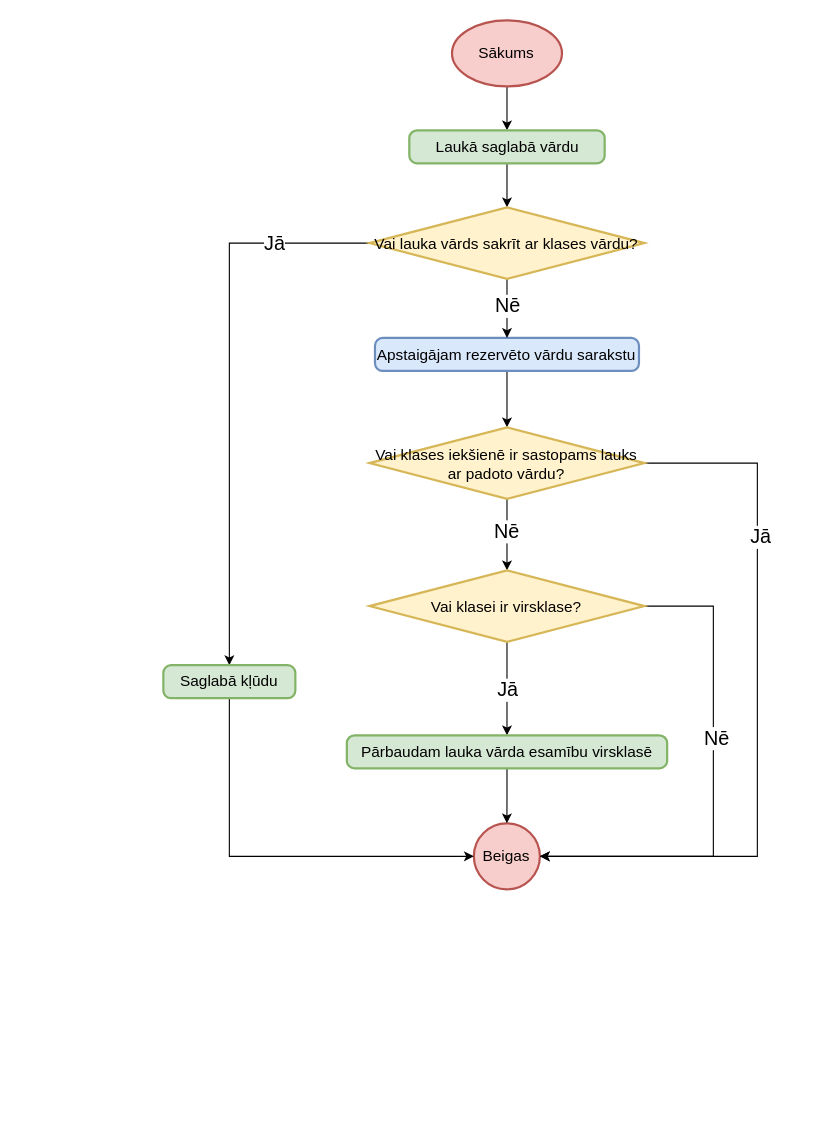
Before: page "Lauka vārda kompilēšana" (4 of 5) of src/Qualification project/Documentation/Diagrammas/Kompilators/Lauki un mainīgie.drawio in artiks12/webAppOS, a draw.io diagram. Source tidied: cells renumbered, new cells numbered last; positions are measured from the earlier drawing's top-left corner, leaving out a move shared by most shapes. Both pictures are drawn from the tidied source at 110%, with x=0, y=0 at pixel (163, 20).
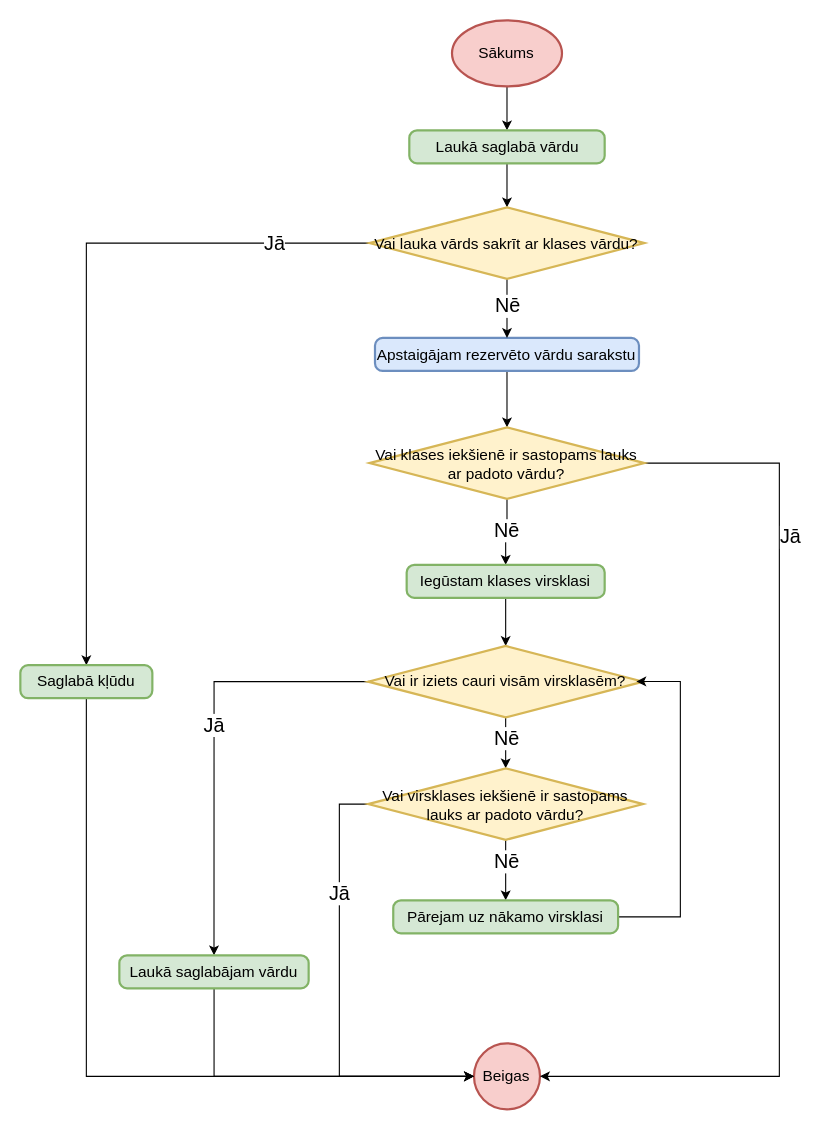
After the change.

Unchanged cells that the change refers to:
```xml
<mxCell id="19" value="Vai lauka vārds sakrīt ar klases vārdu?" style="strokeWidth=2;html=1;shape=mxgraph.flowchart.decision;whiteSpace=wrap;fontSize=14;fillColor=#fff2cc;strokeColor=#d6b656;" parent="1" vertex="1">
  <mxGeometry x="187.4" y="170" width="250" height="65" as="geometry" />
</mxCell>
<mxCell id="26" value="Vai klases iekšienē ir sastopams lauks ar padoto vārdu?" style="strokeWidth=2;html=1;shape=mxgraph.flowchart.decision;whiteSpace=wrap;fontSize=14;fillColor=#fff2cc;strokeColor=#d6b656;" parent="1" vertex="1">
  <mxGeometry x="187.4" y="370" width="250" height="65" as="geometry" />
</mxCell>
```

Diff of the diagram source:
```diff
@@
     <mxCell id="6" value="Beigas" style="strokeWidth=2;html=1;shape=mxgraph.flowchart.start_2;whiteSpace=wrap;fontSize=14;fillColor=#f8cecc;strokeColor=#b85450;" parent="1" vertex="1">
-      <mxGeometry x="282.3" y="730" width="60" height="60" as="geometry" />
+      <mxGeometry x="282.4" y="930" width="60" height="60" as="geometry" />
     </mxCell>
@@
-    <mxCell id="9" style="edgeStyle=orthogonalEdgeStyle;rounded=0;jettySize=auto;html=1;entryX=0.5;entryY=0;entryDx=0;entryDy=0;entryPerimeter=0;fontSize=18;exitX=0.5;exitY=1;exitDx=0;exitDy=0;exitPerimeter=0;" parent="1" edge="1" source="26" target="15">
+    <mxCell id="9" style="edgeStyle=orthogonalEdgeStyle;rounded=0;jettySize=auto;html=1;entryX=0.5;entryY=0;entryDx=0;entryDy=0;fontSize=18;exitX=0.5;exitY=1;exitDx=0;exitDy=0;exitPerimeter=0;" parent="1" edge="1" source="26" target="29">
       <mxGeometry relative="1" as="geometry" />
     </mxCell>
@@
-    <mxCell id="11" style="edgeStyle=orthogonalEdgeStyle;rounded=0;jettySize=auto;html=1;entryX=0.5;entryY=0;entryDx=0;entryDy=0;fontSize=18;" parent="1" edge="1" source="15" target="27">
+    <mxCell id="11" style="edgeStyle=orthogonalEdgeStyle;rounded=0;jettySize=auto;html=1;fontSize=18;exitX=0.5;exitY=1;exitDx=0;exitDy=0;exitPerimeter=0;entryX=0.5;entryY=0;entryDx=0;entryDy=0;entryPerimeter=0;" parent="1" edge="1" source="32" target="36">
       <mxGeometry relative="1" as="geometry" />
     </mxCell>
-    <mxCell id="12" value="Jā" style="edgeLabel;html=1;align=center;verticalAlign=middle;fontSize=18;" parent="11" vertex="1">
+    <mxCell id="12" value="Nē" style="edgeLabel;html=1;align=center;verticalAlign=middle;fontSize=18;" parent="11" vertex="1">
       <mxGeometry x="0.22" relative="1" as="geometry">
         <mxPoint y="-9" as="offset" />
       </mxGeometry>
     </mxCell>
-    <mxCell id="13" style="edgeStyle=orthogonalEdgeStyle;rounded=0;jettySize=auto;html=1;entryX=1;entryY=0.5;entryDx=0;entryDy=0;fontSize=18;exitX=1;exitY=0.5;exitDx=0;exitDy=0;exitPerimeter=0;entryPerimeter=0;" parent="1" edge="1" source="15" target="6">
-      <mxGeometry relative="1" as="geometry">
-        <Array as="points">
-          <mxPoint x="500" y="533" />
-          <mxPoint x="500" y="760" />
-        </Array>
-      </mxGeometry>
-    </mxCell>
-    <mxCell id="14" value="Nē" style="edgeLabel;html=1;align=center;verticalAlign=middle;fontSize=18;" parent="13" vertex="1">
-      <mxGeometry x="-0.57" y="2" relative="1" as="geometry">
-        <mxPoint y="87" as="offset" />
-      </mxGeometry>
-    </mxCell>
-    <mxCell id="15" value="Vai klasei ir virsklase?" style="strokeWidth=2;html=1;shape=mxgraph.flowchart.decision;whiteSpace=wrap;fontSize=14;fillColor=#fff2cc;strokeColor=#d6b656;" parent="1" vertex="1">
-      <mxGeometry x="187.4" y="500" width="250" height="65" as="geometry" />
-    </mxCell>
@@
-    <mxCell id="18" style="edgeStyle=orthogonalEdgeStyle;rounded=0;jettySize=auto;html=1;entryX=0.5;entryY=0;entryDx=0;entryDy=0;" parent="1" edge="1" source="19" target="21">
+    <mxCell id="18" style="edgeStyle=orthogonalEdgeStyle;rounded=0;jettySize=auto;html=1;" parent="1" edge="1" source="19" target="21">
       <mxGeometry relative="1" as="geometry" />
     </mxCell>
@@
-    <mxCell id="20" style="edgeStyle=orthogonalEdgeStyle;rounded=0;jettySize=auto;html=1;entryX=0;entryY=0.5;entryDx=0;entryDy=0;entryPerimeter=0;" parent="1" edge="1" source="21" target="6">
+    <mxCell id="20" style="edgeStyle=orthogonalEdgeStyle;rounded=0;jettySize=auto;html=1;entryX=0;entryY=0.5;entryDx=0;entryDy=0;entryPerimeter=0;exitX=0.5;exitY=1;exitDx=0;exitDy=0;" parent="1" edge="1" source="21" target="6">
       <mxGeometry relative="1" as="geometry">
         <Array as="points">
-          <mxPoint x="60" y="760" />
+          <mxPoint x="-70" y="960" />
         </Array>
       </mxGeometry>
     </mxCell>
     <mxCell id="21" value="Saglabā kļūdu" style="rounded=1;whiteSpace=wrap;html=1;absoluteArcSize=1;arcSize=14;strokeWidth=2;fontSize=14;fillColor=#d5e8d4;strokeColor=#82b366;" parent="1" vertex="1">
-      <mxGeometry y="586.2" width="120" height="30" as="geometry" />
+      <mxGeometry x="-130" y="586.2" width="120" height="30" as="geometry" />
     </mxCell>
@@
-    <mxCell id="23" style="edgeStyle=orthogonalEdgeStyle;rounded=0;jettySize=auto;html=1;exitX=0.5;exitY=1;exitDx=0;exitDy=0;" parent="1" edge="1" source="27" target="6">
-      <mxGeometry relative="1" as="geometry" />
-    </mxCell>
     <mxCell id="24" style="edgeStyle=orthogonalEdgeStyle;rounded=0;jettySize=auto;html=1;entryX=1;entryY=0.5;entryDx=0;entryDy=0;entryPerimeter=0;" parent="1" edge="1" source="26" target="6">
       <mxGeometry relative="1" as="geometry">
         <Array as="points">
-          <mxPoint x="540" y="403" />
-          <mxPoint x="540" y="760" />
+          <mxPoint x="560" y="403" />
+          <mxPoint x="560" y="960" />
         </Array>
       </mxGeometry>
     </mxCell>
@@
-    <mxCell id="27" value="Pārbaudam lauka vārda esamību virsklasē" style="rounded=1;whiteSpace=wrap;html=1;absoluteArcSize=1;arcSize=14;strokeWidth=2;fontSize=14;fillColor=#d5e8d4;strokeColor=#82b366;" parent="1" vertex="1">
-      <mxGeometry x="166.8" y="650" width="291.2" height="30" as="geometry" />
-    </mxCell>
+    <mxCell id="28" style="edgeStyle=orthogonalEdgeStyle;rounded=0;jettySize=auto;html=1;" parent="1" edge="1" source="29" target="32">
+      <mxGeometry relative="1" as="geometry" />
+    </mxCell>
+    <mxCell id="29" value="Iegūstam klases virsklasi" style="rounded=1;whiteSpace=wrap;html=1;absoluteArcSize=1;arcSize=14;strokeWidth=2;fontSize=14;fillColor=#d5e8d4;strokeColor=#82b366;" parent="1" vertex="1">
+      <mxGeometry x="221.2" y="495" width="180" height="30" as="geometry" />
+    </mxCell>
+    <mxCell id="30" style="edgeStyle=orthogonalEdgeStyle;rounded=0;jettySize=auto;html=1;fontSize=18;entryX=0.5;entryY=0;entryDx=0;entryDy=0;" parent="1" edge="1" source="32" target="40">
+      <mxGeometry relative="1" as="geometry" />
+    </mxCell>
+    <mxCell id="31" value="Jā" style="edgeLabel;html=1;align=center;verticalAlign=middle;fontSize=18;" parent="30" vertex="1">
+      <mxGeometry x="-0.08" y="-1" relative="1" as="geometry" />
+    </mxCell>
+    <mxCell id="32" value="Vai ir iziets cauri visām virsklasēm?" style="strokeWidth=2;html=1;shape=mxgraph.flowchart.decision;whiteSpace=wrap;fontSize=14;fillColor=#fff2cc;strokeColor=#d6b656;" parent="1" vertex="1">
+      <mxGeometry x="186.2" y="568.7" width="250" height="65" as="geometry" />
+    </mxCell>
+    <mxCell id="33" style="edgeStyle=orthogonalEdgeStyle;rounded=0;jettySize=auto;html=1;entryX=0.5;entryY=0;entryDx=0;entryDy=0;" parent="1" edge="1" source="36" target="38">
+      <mxGeometry relative="1" as="geometry" />
+    </mxCell>
+    <mxCell id="14" value="Nē" style="edgeLabel;html=1;align=center;verticalAlign=middle;fontSize=18;" parent="33" vertex="1">
+      <mxGeometry x="-0.3" relative="1" as="geometry" />
+    </mxCell>
+    <mxCell id="34" style="edgeStyle=orthogonalEdgeStyle;rounded=0;jettySize=auto;html=1;entryX=0;entryY=0.5;entryDx=0;entryDy=0;entryPerimeter=0;" parent="1" edge="1" source="36" target="6">
+      <mxGeometry relative="1" as="geometry">
+        <Array as="points">
+          <mxPoint x="160" y="713" />
+          <mxPoint x="160" y="960" />
+        </Array>
+      </mxGeometry>
+    </mxCell>
+    <mxCell id="35" value="&lt;font style=&quot;font-size: 18px&quot;&gt;Jā&lt;/font&gt;" style="edgeLabel;html=1;align=center;verticalAlign=middle;" parent="34" vertex="1">
+      <mxGeometry x="-0.46" y="-1" relative="1" as="geometry" />
+    </mxCell>
+    <mxCell id="36" value="Vai virsklases iekšienē ir sastopams lauks ar padoto vārdu?" style="strokeWidth=2;html=1;shape=mxgraph.flowchart.decision;whiteSpace=wrap;fontSize=14;fillColor=#fff2cc;strokeColor=#d6b656;" parent="1" vertex="1">
+      <mxGeometry x="186.2" y="680" width="250" height="65" as="geometry" />
+    </mxCell>
+    <mxCell id="37" style="edgeStyle=orthogonalEdgeStyle;rounded=0;jettySize=auto;html=1;fontSize=18;exitX=1;exitY=0.5;exitDx=0;exitDy=0;" parent="1" edge="1" source="38">
+      <mxGeometry relative="1" as="geometry">
+        <mxPoint x="430" y="601" as="targetPoint" />
+        <Array as="points">
+          <mxPoint x="470" y="815" />
+          <mxPoint x="470" y="601" />
+        </Array>
+      </mxGeometry>
+    </mxCell>
+    <mxCell id="38" value="Pārejam uz nākamo virsklasi" style="rounded=1;whiteSpace=wrap;html=1;absoluteArcSize=1;arcSize=14;strokeWidth=2;fontSize=14;fillColor=#d5e8d4;strokeColor=#82b366;" parent="1" vertex="1">
+      <mxGeometry x="209" y="800" width="204.4" height="30" as="geometry" />
+    </mxCell>
+    <mxCell id="39" style="edgeStyle=orthogonalEdgeStyle;rounded=0;jettySize=auto;html=1;fontSize=18;entryX=0;entryY=0.5;entryDx=0;entryDy=0;entryPerimeter=0;" parent="1" edge="1" source="40" target="6">
+      <mxGeometry relative="1" as="geometry">
+        <Array as="points">
+          <mxPoint x="46" y="960" />
+        </Array>
+      </mxGeometry>
+    </mxCell>
+    <mxCell id="40" value="Laukā saglabājam vārdu" style="rounded=1;whiteSpace=wrap;html=1;absoluteArcSize=1;arcSize=14;strokeWidth=2;fontSize=14;fillColor=#d5e8d4;strokeColor=#82b366;" parent="1" vertex="1">
+      <mxGeometry x="-40" y="850" width="172.1" height="30" as="geometry" />
+    </mxCell>
```
